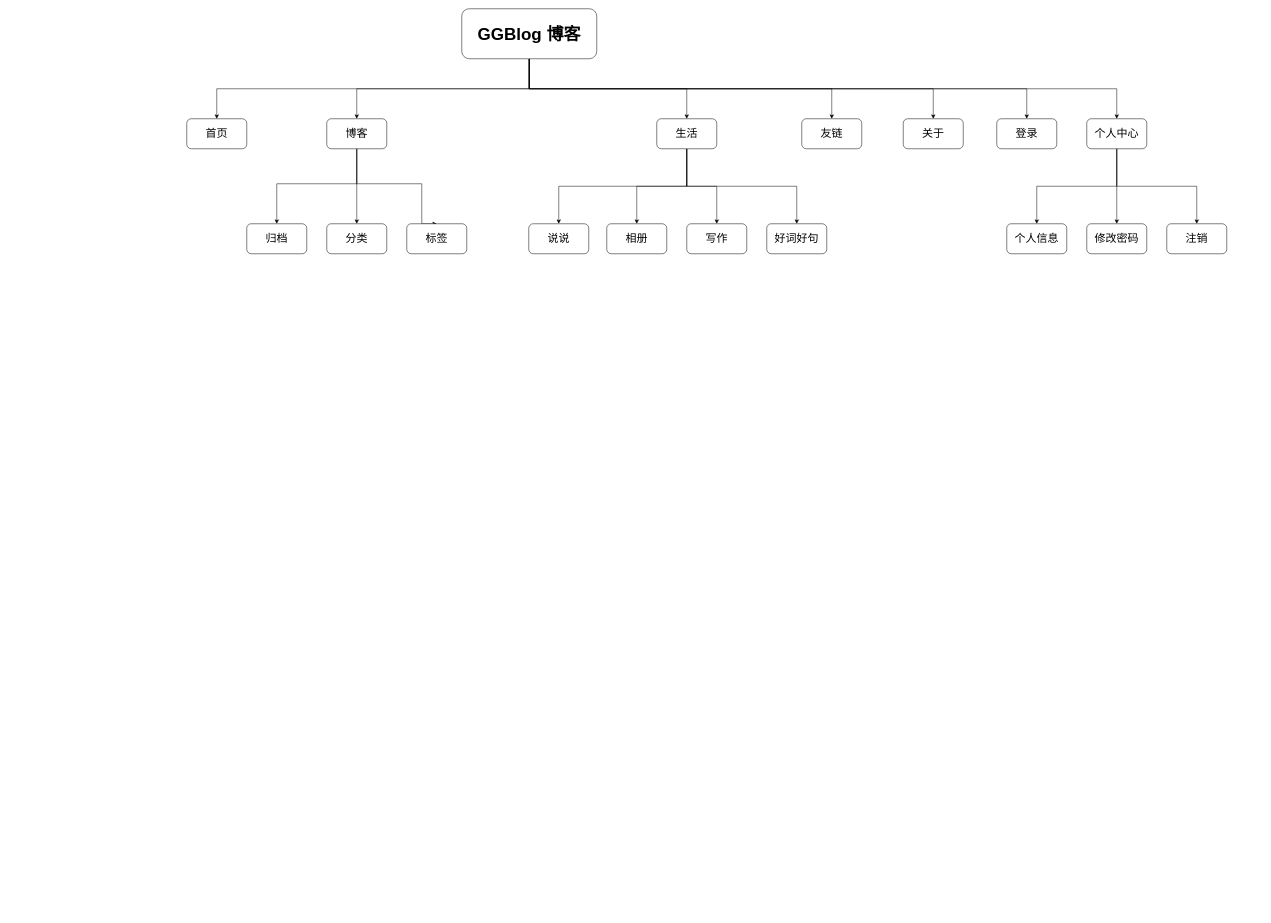
The draw.io diagram GGBlog Design/功能结构图.drawio in xiaowansheng/Project-Design, before the edit. Source tidied: cells renumbered, new cells numbered last; positions are measured from the earlier drawing's top-left corner, leaving out a move shared by most shapes. Both pictures are drawn from the tidied source at 50%, with x=0, y=0 at pixel (186, 8).
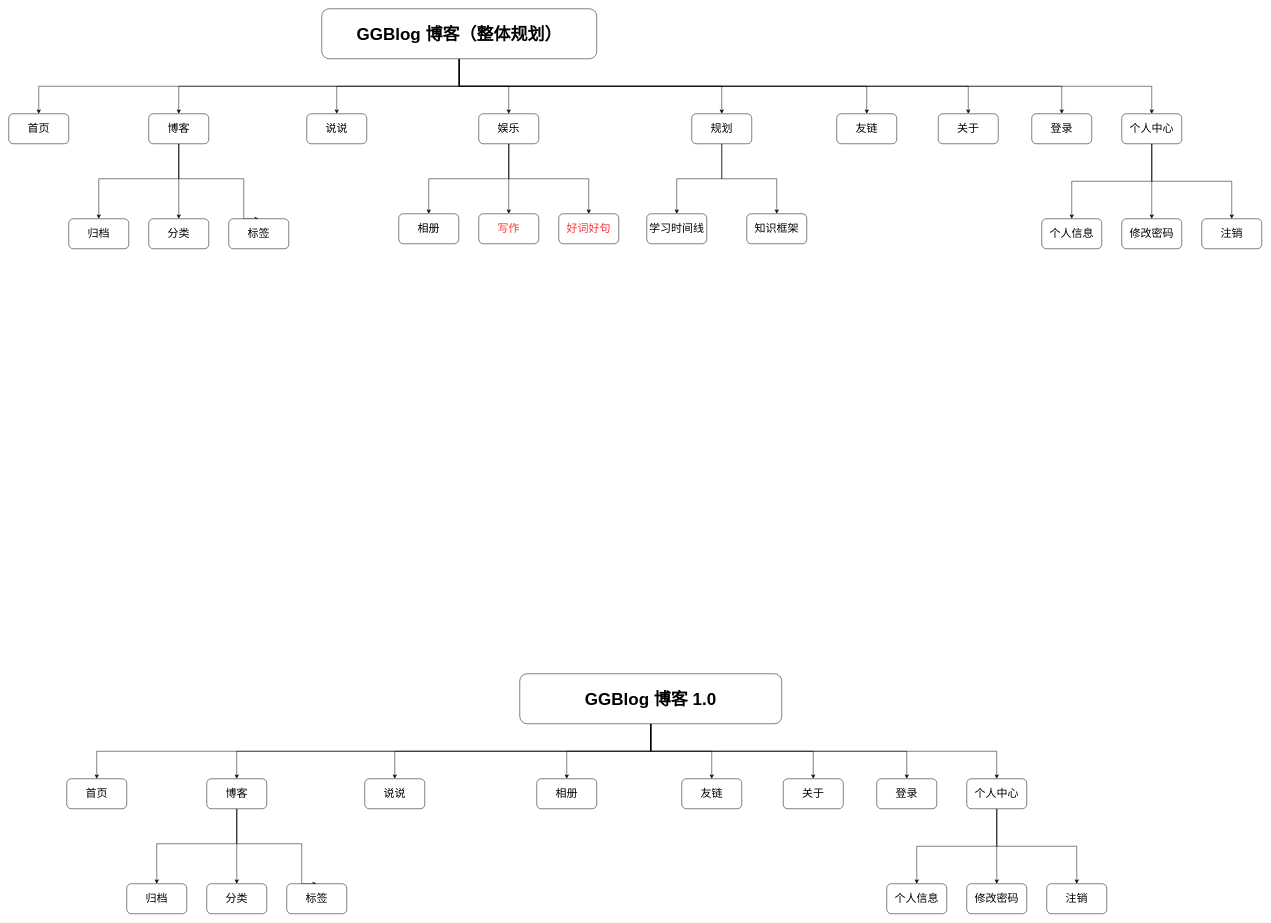
The same page after the edit.

Commit message:
更功能结构图1.0.drawio

What changed in the source:
```diff
@@
-    <mxCell id="2" style="edgeStyle=orthogonalEdgeStyle;rounded=0;jettySize=auto;html=1;exitX=0.5;exitY=1;exitDx=0;exitDy=0;entryX=0.5;entryY=0;entryDx=0;entryDy=0;" parent="1" edge="1" source="6" target="20">
-      <mxGeometry relative="1" as="geometry" />
-    </mxCell>
@@
-    <mxCell id="6" value="生活" style="rounded=1;whiteSpace=wrap;html=1;fontSize=22;" parent="1" vertex="1">
-      <mxGeometry x="940" y="220" width="120" height="60" as="geometry" />
+    <mxCell id="6" value="娱乐" style="rounded=1;whiteSpace=wrap;html=1;fontSize=22;" parent="1" vertex="1">
+      <mxGeometry x="584" y="210" width="120" height="60" as="geometry" />
     </mxCell>
     <mxCell id="7" value="首页" style="rounded=1;whiteSpace=wrap;html=1;fontSize=22;" parent="1" vertex="1">
-      <mxGeometry y="220" width="120" height="60" as="geometry" />
+      <mxGeometry x="-356" y="210" width="120" height="60" as="geometry" />
     </mxCell>
@@
+    <mxCell id="37" style="edgeStyle=orthogonalEdgeStyle;rounded=0;jettySize=auto;html=1;exitX=0.5;exitY=1;exitDx=0;exitDy=0;entryX=0.5;entryY=0;entryDx=0;entryDy=0;" parent="1" edge="1" source="15" target="20">
+      <mxGeometry relative="1" as="geometry" />
+    </mxCell>
+    <mxCell id="38" style="edgeStyle=orthogonalEdgeStyle;rounded=0;jettySize=auto;html=1;exitX=0.5;exitY=1;exitDx=0;exitDy=0;" parent="1" edge="1" source="15" target="70">
+      <mxGeometry relative="1" as="geometry" />
+    </mxCell>
-    <mxCell id="15" value="&lt;b&gt;&lt;font style=&quot;font-size: 34px;&quot;&gt;GGBlog 博客&lt;/font&gt;&lt;/b&gt;" style="rounded=1;whiteSpace=wrap;html=1;" parent="1" vertex="1">
-      <mxGeometry x="550" width="270" height="100" as="geometry" />
+    <mxCell id="15" value="&lt;b&gt;&lt;font style=&quot;font-size: 34px;&quot;&gt;GGBlog 博客（整体规划）&lt;/font&gt;&lt;/b&gt;" style="rounded=1;whiteSpace=wrap;html=1;" parent="1" vertex="1">
+      <mxGeometry x="270" width="550" height="100" as="geometry" />
     </mxCell>
@@
     <mxCell id="17" style="edgeStyle=orthogonalEdgeStyle;rounded=0;jettySize=auto;html=1;entryX=0.5;entryY=0;entryDx=0;entryDy=0;fontSize=22;" parent="1" edge="1" source="19" target="21">
       <mxGeometry relative="1" as="geometry">
         <Array as="points">
-          <mxPoint x="340" y="350" />
-          <mxPoint x="180" y="350" />
+          <mxPoint x="-16" y="340" />
+          <mxPoint x="-176" y="340" />
         </Array>
       </mxGeometry>
     </mxCell>
     <mxCell id="18" style="edgeStyle=orthogonalEdgeStyle;rounded=0;jettySize=auto;html=1;exitX=0.5;exitY=1;exitDx=0;exitDy=0;entryX=0.5;entryY=0;entryDx=0;entryDy=0;fontSize=22;" parent="1" edge="1" source="19" target="23">
       <mxGeometry relative="1" as="geometry">
         <Array as="points">
-          <mxPoint x="340" y="350" />
-          <mxPoint x="470" y="350" />
+          <mxPoint x="-16" y="340" />
+          <mxPoint x="114" y="340" />
         </Array>
       </mxGeometry>
     </mxCell>
     <mxCell id="19" value="博客" style="rounded=1;whiteSpace=wrap;html=1;fontSize=22;" parent="1" vertex="1">
-      <mxGeometry x="280" y="220" width="120" height="60" as="geometry" />
+      <mxGeometry x="-76" y="210" width="120" height="60" as="geometry" />
     </mxCell>
     <mxCell id="20" value="说说" style="rounded=1;whiteSpace=wrap;html=1;fontSize=22;" parent="1" vertex="1">
-      <mxGeometry x="684" y="430" width="120" height="60" as="geometry" />
+      <mxGeometry x="240" y="210" width="120" height="60" as="geometry" />
     </mxCell>
     <mxCell id="21" value="归档" style="rounded=1;whiteSpace=wrap;html=1;fontSize=22;" parent="1" vertex="1">
-      <mxGeometry x="120" y="430" width="120" height="60" as="geometry" />
+      <mxGeometry x="-236" y="420" width="120" height="60" as="geometry" />
     </mxCell>
     <mxCell id="22" value="分类" style="rounded=1;whiteSpace=wrap;html=1;fontSize=22;" parent="1" vertex="1">
-      <mxGeometry x="280" y="430" width="120" height="60" as="geometry" />
+      <mxGeometry x="-76" y="420" width="120" height="60" as="geometry" />
     </mxCell>
     <mxCell id="23" value="标签" style="rounded=1;whiteSpace=wrap;html=1;fontSize=22;" parent="1" vertex="1">
-      <mxGeometry x="440" y="430" width="120" height="60" as="geometry" />
+      <mxGeometry x="84" y="420" width="120" height="60" as="geometry" />
     </mxCell>
     <mxCell id="24" value="友链" style="rounded=1;whiteSpace=wrap;html=1;fontSize=22;" parent="1" vertex="1">
-      <mxGeometry x="1230" y="220" width="120" height="60" as="geometry" />
+      <mxGeometry x="1300" y="210" width="120" height="60" as="geometry" />
     </mxCell>
     <mxCell id="25" value="关于" style="rounded=1;whiteSpace=wrap;html=1;fontSize=22;" parent="1" vertex="1">
-      <mxGeometry x="1433" y="220" width="120" height="60" as="geometry" />
+      <mxGeometry x="1503" y="210" width="120" height="60" as="geometry" />
     </mxCell>
@@
     <mxCell id="29" value="个人中心" style="rounded=1;whiteSpace=wrap;html=1;fontSize=22;" parent="1" vertex="1">
-      <mxGeometry x="1800" y="220" width="120" height="60" as="geometry" />
+      <mxGeometry x="1870" y="210" width="120" height="60" as="geometry" />
     </mxCell>
-    <mxCell id="30" value="写作" style="rounded=1;whiteSpace=wrap;html=1;fontSize=22;" parent="1" vertex="1">
-      <mxGeometry x="1000" y="430" width="120" height="60" as="geometry" />
+    <mxCell id="30" value="&lt;font color=&quot;#ff3333&quot;&gt;写作&lt;/font&gt;" style="rounded=1;whiteSpace=wrap;html=1;fontSize=22;" parent="1" vertex="1">
+      <mxGeometry x="584" y="410" width="120" height="60" as="geometry" />
     </mxCell>
     <mxCell id="31" value="相册" style="rounded=1;whiteSpace=wrap;html=1;fontSize=22;" parent="1" vertex="1">
-      <mxGeometry x="840" y="430" width="120" height="60" as="geometry" />
+      <mxGeometry x="424" y="410" width="120" height="60" as="geometry" />
     </mxCell>
     <mxCell id="32" value="个人信息" style="rounded=1;whiteSpace=wrap;html=1;fontSize=22;" parent="1" vertex="1">
-      <mxGeometry x="1640" y="430" width="120" height="60" as="geometry" />
+      <mxGeometry x="1710" y="420" width="120" height="60" as="geometry" />
     </mxCell>
     <mxCell id="33" value="登录" style="rounded=1;whiteSpace=wrap;html=1;fontSize=22;" parent="1" vertex="1">
-      <mxGeometry x="1620" y="220" width="120" height="60" as="geometry" />
+      <mxGeometry x="1690" y="210" width="120" height="60" as="geometry" />
     </mxCell>
     <mxCell id="34" value="修改密码" style="rounded=1;whiteSpace=wrap;html=1;fontSize=22;" parent="1" vertex="1">
-      <mxGeometry x="1800" y="430" width="120" height="60" as="geometry" />
+      <mxGeometry x="1870" y="420" width="120" height="60" as="geometry" />
     </mxCell>
     <mxCell id="35" value="注销" style="rounded=1;whiteSpace=wrap;html=1;fontSize=22;" parent="1" vertex="1">
-      <mxGeometry x="1960" y="430" width="120" height="60" as="geometry" />
+      <mxGeometry x="2030" y="420" width="120" height="60" as="geometry" />
     </mxCell>
-    <mxCell id="36" value="好词好句" style="rounded=1;whiteSpace=wrap;html=1;fontSize=22;" parent="1" vertex="1">
-      <mxGeometry x="1160" y="430" width="120" height="60" as="geometry" />
+    <mxCell id="36" value="&lt;font color=&quot;#ff3333&quot;&gt;好词好句&lt;/font&gt;" style="rounded=1;whiteSpace=wrap;html=1;fontSize=22;" parent="1" vertex="1">
+      <mxGeometry x="744" y="410" width="120" height="60" as="geometry" />
     </mxCell>
+    <mxCell id="39" value="首页" style="rounded=1;whiteSpace=wrap;html=1;fontSize=22;" parent="1" vertex="1">
+      <mxGeometry x="-240" y="1540" width="120" height="60" as="geometry" />
+    </mxCell>
+    <mxCell id="40" style="edgeStyle=orthogonalEdgeStyle;rounded=0;jettySize=auto;html=1;exitX=0.5;exitY=1;exitDx=0;exitDy=0;entryX=0.5;entryY=0;entryDx=0;entryDy=0;" parent="1" edge="1" source="48" target="39">
+      <mxGeometry relative="1" as="geometry" />
+    </mxCell>
+    <mxCell id="41" style="edgeStyle=orthogonalEdgeStyle;rounded=0;jettySize=auto;html=1;exitX=0.5;exitY=1;exitDx=0;exitDy=0;entryX=0.5;entryY=0;entryDx=0;entryDy=0;" parent="1" edge="1" source="48" target="52">
+      <mxGeometry relative="1" as="geometry" />
+    </mxCell>
+    <mxCell id="42" style="edgeStyle=orthogonalEdgeStyle;rounded=0;jettySize=auto;html=1;exitX=0.5;exitY=1;exitDx=0;exitDy=0;" parent="1" edge="1" source="48" target="63">
+      <mxGeometry relative="1" as="geometry" />
+    </mxCell>
+    <mxCell id="43" style="edgeStyle=orthogonalEdgeStyle;rounded=0;jettySize=auto;html=1;exitX=0.5;exitY=1;exitDx=0;exitDy=0;entryX=0.5;entryY=0;entryDx=0;entryDy=0;" parent="1" edge="1" source="48" target="57">
+      <mxGeometry relative="1" as="geometry" />
+    </mxCell>
+    <mxCell id="44" style="edgeStyle=orthogonalEdgeStyle;rounded=0;jettySize=auto;html=1;exitX=0.5;exitY=1;exitDx=0;exitDy=0;entryX=0.5;entryY=0;entryDx=0;entryDy=0;" parent="1" edge="1" source="48" target="58">
+      <mxGeometry relative="1" as="geometry" />
+    </mxCell>
+    <mxCell id="45" style="edgeStyle=orthogonalEdgeStyle;rounded=0;jettySize=auto;html=1;exitX=0.5;exitY=1;exitDx=0;exitDy=0;entryX=0.5;entryY=0;entryDx=0;entryDy=0;" parent="1" edge="1" source="48" target="65">
+      <mxGeometry relative="1" as="geometry" />
+    </mxCell>
+    <mxCell id="46" style="edgeStyle=orthogonalEdgeStyle;rounded=0;jettySize=auto;html=1;exitX=0.5;exitY=1;exitDx=0;exitDy=0;entryX=0.5;entryY=0;entryDx=0;entryDy=0;" parent="1" edge="1" source="48" target="62">
+      <mxGeometry relative="1" as="geometry" />
+    </mxCell>
+    <mxCell id="47" style="edgeStyle=orthogonalEdgeStyle;rounded=0;jettySize=auto;html=1;exitX=0.5;exitY=1;exitDx=0;exitDy=0;entryX=0.5;entryY=0;entryDx=0;entryDy=0;" parent="1" edge="1" source="48" target="53">
+      <mxGeometry relative="1" as="geometry" />
+    </mxCell>
+    <mxCell id="48" value="&lt;b&gt;&lt;font style=&quot;font-size: 34px;&quot;&gt;GGBlog 博客 1.0&lt;/font&gt;&lt;/b&gt;" style="rounded=1;whiteSpace=wrap;html=1;" parent="1" vertex="1">
+      <mxGeometry x="666" y="1330" width="524" height="100" as="geometry" />
+    </mxCell>
+    <mxCell id="49" style="edgeStyle=orthogonalEdgeStyle;rounded=0;jettySize=auto;html=1;entryX=0.5;entryY=0;entryDx=0;entryDy=0;fontSize=22;" parent="1" edge="1" source="52" target="55">
+      <mxGeometry relative="1" as="geometry" />
+    </mxCell>
+    <mxCell id="50" style="edgeStyle=orthogonalEdgeStyle;rounded=0;jettySize=auto;html=1;entryX=0.5;entryY=0;entryDx=0;entryDy=0;fontSize=22;" parent="1" edge="1" source="52" target="54">
+      <mxGeometry relative="1" as="geometry">
+        <Array as="points">
+          <mxPoint x="100" y="1670" />
+          <mxPoint x="-60" y="1670" />
+        </Array>
+      </mxGeometry>
+    </mxCell>
+    <mxCell id="51" style="edgeStyle=orthogonalEdgeStyle;rounded=0;jettySize=auto;html=1;exitX=0.5;exitY=1;exitDx=0;exitDy=0;entryX=0.5;entryY=0;entryDx=0;entryDy=0;fontSize=22;" parent="1" edge="1" source="52" target="56">
+      <mxGeometry relative="1" as="geometry">
+        <Array as="points">
+          <mxPoint x="100" y="1670" />
+          <mxPoint x="230" y="1670" />
+        </Array>
+      </mxGeometry>
+    </mxCell>
+    <mxCell id="52" value="博客" style="rounded=1;whiteSpace=wrap;html=1;fontSize=22;" parent="1" vertex="1">
+      <mxGeometry x="40" y="1540" width="120" height="60" as="geometry" />
+    </mxCell>
+    <mxCell id="53" value="说说" style="rounded=1;whiteSpace=wrap;html=1;fontSize=22;" parent="1" vertex="1">
+      <mxGeometry x="356" y="1540" width="120" height="60" as="geometry" />
+    </mxCell>
+    <mxCell id="54" value="归档" style="rounded=1;whiteSpace=wrap;html=1;fontSize=22;" parent="1" vertex="1">
+      <mxGeometry x="-120" y="1750" width="120" height="60" as="geometry" />
+    </mxCell>
+    <mxCell id="55" value="分类" style="rounded=1;whiteSpace=wrap;html=1;fontSize=22;" parent="1" vertex="1">
+      <mxGeometry x="40" y="1750" width="120" height="60" as="geometry" />
+    </mxCell>
+    <mxCell id="56" value="标签" style="rounded=1;whiteSpace=wrap;html=1;fontSize=22;" parent="1" vertex="1">
+      <mxGeometry x="200" y="1750" width="120" height="60" as="geometry" />
+    </mxCell>
+    <mxCell id="57" value="友链" style="rounded=1;whiteSpace=wrap;html=1;fontSize=22;" parent="1" vertex="1">
+      <mxGeometry x="990" y="1540" width="120" height="60" as="geometry" />
+    </mxCell>
+    <mxCell id="58" value="关于" style="rounded=1;whiteSpace=wrap;html=1;fontSize=22;" parent="1" vertex="1">
+      <mxGeometry x="1193" y="1540" width="120" height="60" as="geometry" />
+    </mxCell>
+    <mxCell id="59" style="edgeStyle=orthogonalEdgeStyle;rounded=0;jettySize=auto;html=1;exitX=0.5;exitY=1;exitDx=0;exitDy=0;entryX=0.5;entryY=0;entryDx=0;entryDy=0;" parent="1" edge="1" source="62" target="64">
+      <mxGeometry relative="1" as="geometry" />
+    </mxCell>
+    <mxCell id="60" style="edgeStyle=orthogonalEdgeStyle;rounded=0;jettySize=auto;html=1;exitX=0.5;exitY=1;exitDx=0;exitDy=0;entryX=0.5;entryY=0;entryDx=0;entryDy=0;" parent="1" edge="1" source="62" target="66">
+      <mxGeometry relative="1" as="geometry" />
+    </mxCell>
+    <mxCell id="61" style="edgeStyle=orthogonalEdgeStyle;rounded=0;jettySize=auto;html=1;exitX=0.5;exitY=1;exitDx=0;exitDy=0;entryX=0.5;entryY=0;entryDx=0;entryDy=0;" parent="1" edge="1" source="62" target="67">
+      <mxGeometry relative="1" as="geometry" />
+    </mxCell>
+    <mxCell id="62" value="个人中心" style="rounded=1;whiteSpace=wrap;html=1;fontSize=22;" parent="1" vertex="1">
+      <mxGeometry x="1560" y="1540" width="120" height="60" as="geometry" />
+    </mxCell>
+    <mxCell id="63" value="相册" style="rounded=1;whiteSpace=wrap;html=1;fontSize=22;" parent="1" vertex="1">
+      <mxGeometry x="700" y="1540" width="120" height="60" as="geometry" />
+    </mxCell>
+    <mxCell id="64" value="个人信息" style="rounded=1;whiteSpace=wrap;html=1;fontSize=22;" parent="1" vertex="1">
+      <mxGeometry x="1400" y="1750" width="120" height="60" as="geometry" />
+    </mxCell>
+    <mxCell id="65" value="登录" style="rounded=1;whiteSpace=wrap;html=1;fontSize=22;" parent="1" vertex="1">
+      <mxGeometry x="1380" y="1540" width="120" height="60" as="geometry" />
+    </mxCell>
+    <mxCell id="66" value="修改密码" style="rounded=1;whiteSpace=wrap;html=1;fontSize=22;" parent="1" vertex="1">
+      <mxGeometry x="1560" y="1750" width="120" height="60" as="geometry" />
+    </mxCell>
+    <mxCell id="67" value="注销" style="rounded=1;whiteSpace=wrap;html=1;fontSize=22;" parent="1" vertex="1">
+      <mxGeometry x="1720" y="1750" width="120" height="60" as="geometry" />
+    </mxCell>
+    <mxCell id="68" style="edgeStyle=orthogonalEdgeStyle;rounded=0;jettySize=auto;html=1;exitX=0.5;exitY=1;exitDx=0;exitDy=0;entryX=0.5;entryY=0;entryDx=0;entryDy=0;" parent="1" edge="1" source="70" target="71">
+      <mxGeometry relative="1" as="geometry" />
+    </mxCell>
+    <mxCell id="69" style="edgeStyle=orthogonalEdgeStyle;rounded=0;jettySize=auto;html=1;exitX=0.5;exitY=1;exitDx=0;exitDy=0;entryX=0.5;entryY=0;entryDx=0;entryDy=0;" parent="1" edge="1" source="70" target="72">
+      <mxGeometry relative="1" as="geometry" />
+    </mxCell>
+    <mxCell id="70" value="规划" style="rounded=1;whiteSpace=wrap;html=1;fontSize=22;" parent="1" vertex="1">
+      <mxGeometry x="1010" y="210" width="120" height="60" as="geometry" />
+    </mxCell>
+    <mxCell id="71" value="学习时间线" style="rounded=1;whiteSpace=wrap;html=1;fontSize=22;" parent="1" vertex="1">
+      <mxGeometry x="920" y="410" width="120" height="60" as="geometry" />
+    </mxCell>
+    <mxCell id="72" value="知识框架" style="rounded=1;whiteSpace=wrap;html=1;fontSize=22;" parent="1" vertex="1">
+      <mxGeometry x="1120" y="410" width="120" height="60" as="geometry" />
+    </mxCell>
```
